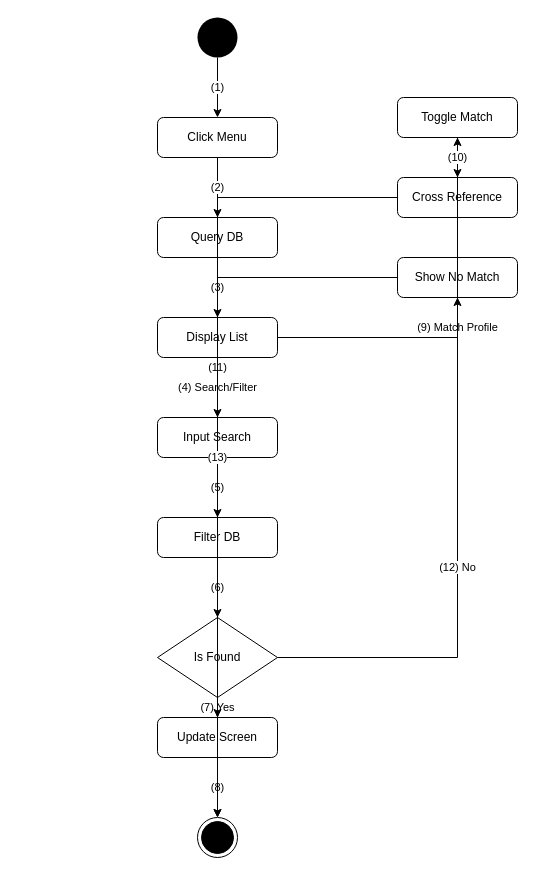
The draw.io diagram activity_flow/uc52_activity_flow.drawio in kingDlight/UEIMS_Project, before the edit. Source tidied: cells renumbered, new cells numbered last; positions are measured from the earlier drawing's top-left corner, leaving out a move shared by most shapes. Both pictures are drawn from the tidied source at 100%, with x=0, y=0 at pixel (157, 17).
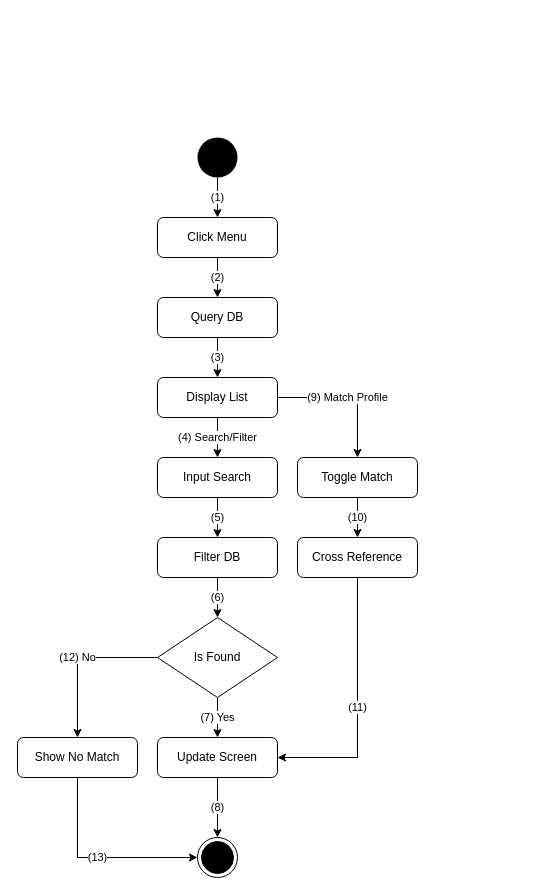
The same diagram, later.

Unchanged cells that the change refers to:
```xml
<mxCell id="8" value="Is Found" style="rhombus;whiteSpace=wrap;html=1;" parent="1" vertex="1">
  <mxGeometry y="600" width="120" height="80" as="geometry" />
</mxCell>
```

The edit, as a diff of the source:
```diff
@@
     <mxCell id="2" style="ellipse;whiteSpace=wrap;html=1;fillColor=#000000;strokeColor=none;" parent="1" vertex="1">
-      <mxGeometry x="40" width="40" height="40" as="geometry" />
+      <mxGeometry x="40" y="120" width="40" height="40" as="geometry" />
     </mxCell>
     <mxCell id="3" value="Click Menu" style="rounded=1;whiteSpace=wrap;html=1;" parent="1" vertex="1">
-      <mxGeometry y="100" width="120" height="40" as="geometry" />
+      <mxGeometry y="200" width="120" height="40" as="geometry" />
     </mxCell>
     <mxCell id="4" value="Query DB" style="rounded=1;whiteSpace=wrap;html=1;" parent="1" vertex="1">
-      <mxGeometry y="200" width="120" height="40" as="geometry" />
+      <mxGeometry y="280" width="120" height="40" as="geometry" />
     </mxCell>
     <mxCell id="5" value="Display List" style="rounded=1;whiteSpace=wrap;html=1;" parent="1" vertex="1">
-      <mxGeometry y="300" width="120" height="40" as="geometry" />
+      <mxGeometry y="360" width="120" height="40" as="geometry" />
     </mxCell>
     <mxCell id="6" value="Input Search" style="rounded=1;whiteSpace=wrap;html=1;" parent="1" vertex="1">
-      <mxGeometry y="400" width="120" height="40" as="geometry" />
+      <mxGeometry y="440" width="120" height="40" as="geometry" />
     </mxCell>
     <mxCell id="7" value="Filter DB" style="rounded=1;whiteSpace=wrap;html=1;" parent="1" vertex="1">
-      <mxGeometry y="500" width="120" height="40" as="geometry" />
+      <mxGeometry y="520" width="120" height="40" as="geometry" />
     </mxCell>
@@
     <mxCell id="9" value="Update Screen" style="rounded=1;whiteSpace=wrap;html=1;" parent="1" vertex="1">
-      <mxGeometry y="700" width="120" height="40" as="geometry" />
+      <mxGeometry y="720" width="120" height="40" as="geometry" />
     </mxCell>
     <mxCell id="10" style="ellipse;html=1;shape=endState;fillColor=#000000;strokeColor=#000000;" parent="1" vertex="1">
-      <mxGeometry x="40" y="800" width="40" height="40" as="geometry" />
+      <mxGeometry x="40" y="820" width="40" height="40" as="geometry" />
     </mxCell>
     <mxCell id="11" value="Toggle Match" style="rounded=1;whiteSpace=wrap;html=1;" parent="1" vertex="1">
-      <mxGeometry x="240" y="80" width="120" height="40" as="geometry" />
+      <mxGeometry x="140" y="440" width="120" height="40" as="geometry" />
     </mxCell>
     <mxCell id="12" value="Cross Reference" style="rounded=1;whiteSpace=wrap;html=1;" parent="1" vertex="1">
-      <mxGeometry x="240" y="160" width="120" height="40" as="geometry" />
+      <mxGeometry x="140" y="520" width="120" height="40" as="geometry" />
     </mxCell>
     <mxCell id="13" value="Show No Match" style="rounded=1;whiteSpace=wrap;html=1;" parent="1" vertex="1">
-      <mxGeometry x="240" y="240" width="120" height="40" as="geometry" />
+      <mxGeometry x="-140" y="720" width="120" height="40" as="geometry" />
     </mxCell>
@@
-    <mxCell id="22" value="(9) Match Profile" style="edgeStyle=orthogonalEdgeStyle;rounded=0;html=1;exitX=1;exitY=0.5;entryX=0.5;entryY=1;" parent="1" edge="1" source="5" target="11">
+    <mxCell id="22" value="(9) Match Profile" style="edgeStyle=orthogonalEdgeStyle;rounded=0;html=1;exitX=1;exitY=0.5;entryX=0.5;entryY=0;entryDx=0;entryDy=0;" parent="1" edge="1" source="5" target="11">
       <mxGeometry relative="1" as="geometry" />
     </mxCell>
@@
-    <mxCell id="24" value="(11)" style="edgeStyle=orthogonalEdgeStyle;rounded=0;html=1;exitX=0;exitY=0.5;entryX=0.5;entryY=0;" parent="1" edge="1" source="12" target="9">
+    <mxCell id="24" value="(11)" style="edgeStyle=orthogonalEdgeStyle;rounded=0;html=1;exitX=0.5;exitY=1;entryX=1;entryY=0.5;entryDx=0;entryDy=0;exitDx=0;exitDy=0;" parent="1" edge="1" source="12" target="9">
       <mxGeometry relative="1" as="geometry" />
     </mxCell>
-    <mxCell id="25" value="(12) No" style="edgeStyle=orthogonalEdgeStyle;rounded=0;html=1;exitX=1;exitY=0.5;entryX=0.5;entryY=1;" parent="1" edge="1" source="8" target="13">
+    <mxCell id="25" value="(12) No" style="edgeStyle=orthogonalEdgeStyle;rounded=0;html=1;" parent="1" edge="1" source="8" target="13">
       <mxGeometry relative="1" as="geometry" />
     </mxCell>
-    <mxCell id="26" value="(13)" style="edgeStyle=orthogonalEdgeStyle;rounded=0;html=1;exitX=0;exitY=0.5;entryX=0.5;entryY=0;" parent="1" edge="1" source="13" target="10">
+    <mxCell id="26" value="(13)" style="edgeStyle=orthogonalEdgeStyle;rounded=0;html=1;exitX=0.5;exitY=1;entryX=0;entryY=0.5;entryDx=0;entryDy=0;exitDx=0;exitDy=0;" parent="1" edge="1" source="13" target="10">
       <mxGeometry relative="1" as="geometry" />
     </mxCell>
```
